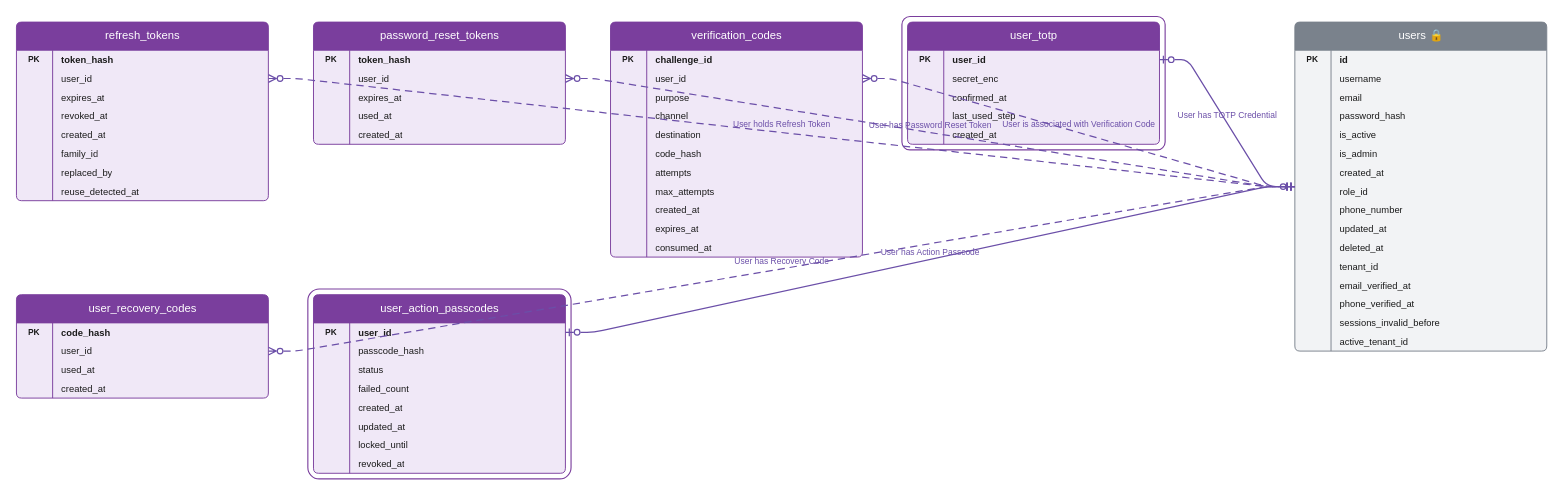
The draw.io diagram docs/02-data/db/erd_groups/PDM_B.drawio in VOYA-SignBridge/VOYA-Collector, before the edit. Source tidied: cells renumbered, new cells numbered last; positions are measured from the earlier drawing's top-left corner, leaving out a move shared by most shapes. Both pictures are drawn from the tidied source at 94%, with x=0, y=0 at pixel (16, 16).
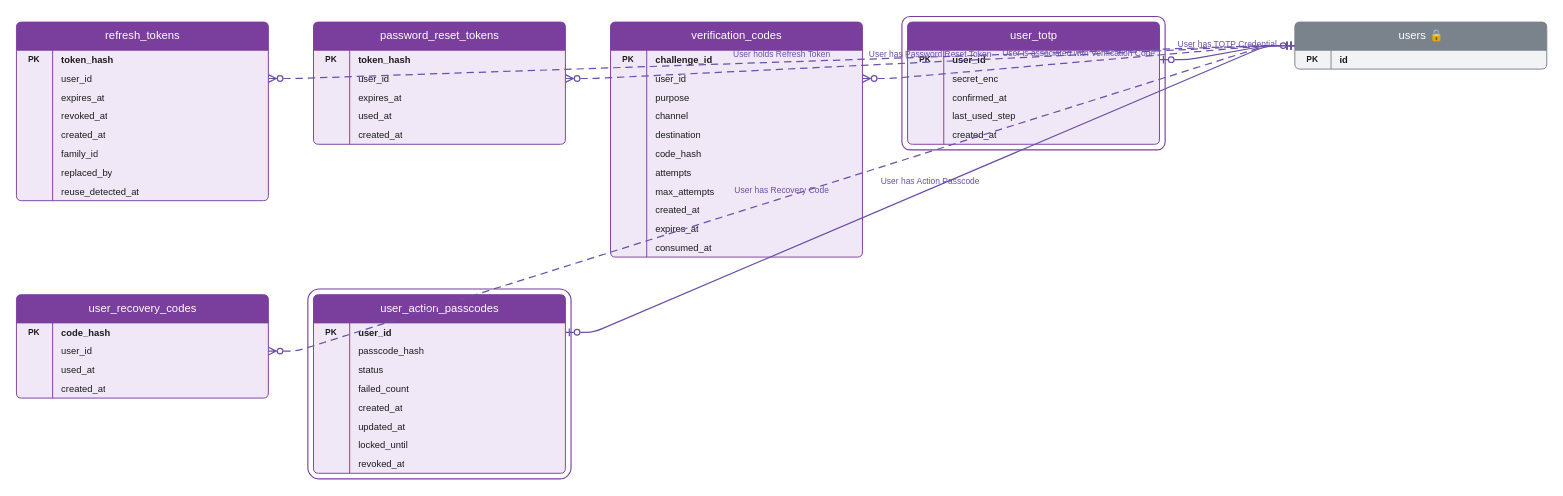
The same diagram, later.

What changed in the source:
```diff
@@
     <mxCell id="74" value="users 🔒" style="swimlane;fontStyle=0;horizontal=1;align=center;verticalAlign=middle;startSize=30;html=1;swimlaneFillColor=#F2F3F5;strokeColor=#7A828C;fillColor=#7A828C;fontColor=#FFFFFF;fontSize=12;rounded=1;arcSize=6;" parent="1" vertex="1">
-      <mxGeometry x="1360" y="6" width="268" height="350" as="geometry" />
+      <mxGeometry x="1360" y="6" width="268" height="50" as="geometry" />
     </mxCell>
     <mxCell id="75" style="line;direction=north;strokeColor=#7A828C;strokeWidth=1;html=1;" parent="1" vertex="1">
-      <mxGeometry x="1398" y="36" width="1" height="320" as="geometry" />
+      <mxGeometry x="1398" y="36" width="1" height="20" as="geometry" />
     </mxCell>
@@
-    <mxCell id="78" style="text;strokeColor=none;fillColor=none;align=center;verticalAlign=middle;overflow=hidden;html=1;fontSize=9;fontStyle=1;fontColor=#1A1A1A;" parent="74" vertex="1">
-      <mxGeometry y="50" width="38" height="20" as="geometry" />
-    </mxCell>
-    <mxCell id="79" value="username" style="text;strokeColor=none;fillColor=none;align=left;verticalAlign=middle;spacingLeft=8;spacingRight=6;overflow=hidden;whiteSpace=wrap;html=1;fontSize=10;fontColor=#1A1A1A;" parent="74" vertex="1">
-      <mxGeometry x="38" y="50" width="230" height="20" as="geometry" />
-    </mxCell>
-    <mxCell id="80" style="text;strokeColor=none;fillColor=none;align=center;verticalAlign=middle;overflow=hidden;html=1;fontSize=9;fontStyle=1;fontColor=#1A1A1A;" parent="74" vertex="1">
-      <mxGeometry y="70" width="38" height="20" as="geometry" />
-    </mxCell>
-    <mxCell id="81" value="email" style="text;strokeColor=none;fillColor=none;align=left;verticalAlign=middle;spacingLeft=8;spacingRight=6;overflow=hidden;whiteSpace=wrap;html=1;fontSize=10;fontColor=#1A1A1A;" parent="74" vertex="1">
-      <mxGeometry x="38" y="70" width="230" height="20" as="geometry" />
-    </mxCell>
-    <mxCell id="82" style="text;strokeColor=none;fillColor=none;align=center;verticalAlign=middle;overflow=hidden;html=1;fontSize=9;fontStyle=1;fontColor=#1A1A1A;" parent="74" vertex="1">
-      <mxGeometry y="90" width="38" height="20" as="geometry" />
-    </mxCell>
-    <mxCell id="83" value="password_hash" style="text;strokeColor=none;fillColor=none;align=left;verticalAlign=middle;spacingLeft=8;spacingRight=6;overflow=hidden;whiteSpace=wrap;html=1;fontSize=10;fontColor=#1A1A1A;" parent="74" vertex="1">
-      <mxGeometry x="38" y="90" width="230" height="20" as="geometry" />
-    </mxCell>
-    <mxCell id="84" style="text;strokeColor=none;fillColor=none;align=center;verticalAlign=middle;overflow=hidden;html=1;fontSize=9;fontStyle=1;fontColor=#1A1A1A;" parent="74" vertex="1">
-      <mxGeometry y="110" width="38" height="20" as="geometry" />
-    </mxCell>
-    <mxCell id="85" value="is_active" style="text;strokeColor=none;fillColor=none;align=left;verticalAlign=middle;spacingLeft=8;spacingRight=6;overflow=hidden;whiteSpace=wrap;html=1;fontSize=10;fontColor=#1A1A1A;" parent="74" vertex="1">
-      <mxGeometry x="38" y="110" width="230" height="20" as="geometry" />
-    </mxCell>
-    <mxCell id="86" style="text;strokeColor=none;fillColor=none;align=center;verticalAlign=middle;overflow=hidden;html=1;fontSize=9;fontStyle=1;fontColor=#1A1A1A;" parent="74" vertex="1">
-      <mxGeometry y="130" width="38" height="20" as="geometry" />
-    </mxCell>
-    <mxCell id="87" value="is_admin" style="text;strokeColor=none;fillColor=none;align=left;verticalAlign=middle;spacingLeft=8;spacingRight=6;overflow=hidden;whiteSpace=wrap;html=1;fontSize=10;fontColor=#1A1A1A;" parent="74" vertex="1">
-      <mxGeometry x="38" y="130" width="230" height="20" as="geometry" />
-    </mxCell>
-    <mxCell id="88" style="text;strokeColor=none;fillColor=none;align=center;verticalAlign=middle;overflow=hidden;html=1;fontSize=9;fontStyle=1;fontColor=#1A1A1A;" parent="74" vertex="1">
-      <mxGeometry y="150" width="38" height="20" as="geometry" />
-    </mxCell>
-    <mxCell id="89" value="created_at" style="text;strokeColor=none;fillColor=none;align=left;verticalAlign=middle;spacingLeft=8;spacingRight=6;overflow=hidden;whiteSpace=wrap;html=1;fontSize=10;fontColor=#1A1A1A;" parent="74" vertex="1">
-      <mxGeometry x="38" y="150" width="230" height="20" as="geometry" />
-    </mxCell>
-    <mxCell id="90" style="text;strokeColor=none;fillColor=none;align=center;verticalAlign=middle;overflow=hidden;html=1;fontSize=9;fontStyle=1;fontColor=#1A1A1A;" parent="74" vertex="1">
-      <mxGeometry y="170" width="38" height="20" as="geometry" />
-    </mxCell>
-    <mxCell id="91" value="role_id" style="text;strokeColor=none;fillColor=none;align=left;verticalAlign=middle;spacingLeft=8;spacingRight=6;overflow=hidden;whiteSpace=wrap;html=1;fontSize=10;fontColor=#1A1A1A;" parent="74" vertex="1">
-      <mxGeometry x="38" y="170" width="230" height="20" as="geometry" />
-    </mxCell>
-    <mxCell id="92" style="text;strokeColor=none;fillColor=none;align=center;verticalAlign=middle;overflow=hidden;html=1;fontSize=9;fontStyle=1;fontColor=#1A1A1A;" parent="74" vertex="1">
-      <mxGeometry y="190" width="38" height="20" as="geometry" />
-    </mxCell>
-    <mxCell id="93" value="phone_number" style="text;strokeColor=none;fillColor=none;align=left;verticalAlign=middle;spacingLeft=8;spacingRight=6;overflow=hidden;whiteSpace=wrap;html=1;fontSize=10;fontColor=#1A1A1A;" parent="74" vertex="1">
-      <mxGeometry x="38" y="190" width="230" height="20" as="geometry" />
-    </mxCell>
-    <mxCell id="94" style="text;strokeColor=none;fillColor=none;align=center;verticalAlign=middle;overflow=hidden;html=1;fontSize=9;fontStyle=1;fontColor=#1A1A1A;" parent="74" vertex="1">
-      <mxGeometry y="210" width="38" height="20" as="geometry" />
-    </mxCell>
-    <mxCell id="95" value="updated_at" style="text;strokeColor=none;fillColor=none;align=left;verticalAlign=middle;spacingLeft=8;spacingRight=6;overflow=hidden;whiteSpace=wrap;html=1;fontSize=10;fontColor=#1A1A1A;" parent="74" vertex="1">
-      <mxGeometry x="38" y="210" width="230" height="20" as="geometry" />
-    </mxCell>
-    <mxCell id="96" style="text;strokeColor=none;fillColor=none;align=center;verticalAlign=middle;overflow=hidden;html=1;fontSize=9;fontStyle=1;fontColor=#1A1A1A;" parent="74" vertex="1">
-      <mxGeometry y="230" width="38" height="20" as="geometry" />
-    </mxCell>
-    <mxCell id="97" value="deleted_at" style="text;strokeColor=none;fillColor=none;align=left;verticalAlign=middle;spacingLeft=8;spacingRight=6;overflow=hidden;whiteSpace=wrap;html=1;fontSize=10;fontColor=#1A1A1A;" parent="74" vertex="1">
-      <mxGeometry x="38" y="230" width="230" height="20" as="geometry" />
-    </mxCell>
-    <mxCell id="98" style="text;strokeColor=none;fillColor=none;align=center;verticalAlign=middle;overflow=hidden;html=1;fontSize=9;fontStyle=1;fontColor=#1A1A1A;" parent="74" vertex="1">
-      <mxGeometry y="250" width="38" height="20" as="geometry" />
-    </mxCell>
-    <mxCell id="99" value="tenant_id" style="text;strokeColor=none;fillColor=none;align=left;verticalAlign=middle;spacingLeft=8;spacingRight=6;overflow=hidden;whiteSpace=wrap;html=1;fontSize=10;fontColor=#1A1A1A;" parent="74" vertex="1">
-      <mxGeometry x="38" y="250" width="230" height="20" as="geometry" />
-    </mxCell>
-    <mxCell id="100" style="text;strokeColor=none;fillColor=none;align=center;verticalAlign=middle;overflow=hidden;html=1;fontSize=9;fontStyle=1;fontColor=#1A1A1A;" parent="74" vertex="1">
-      <mxGeometry y="270" width="38" height="20" as="geometry" />
-    </mxCell>
-    <mxCell id="101" value="email_verified_at" style="text;strokeColor=none;fillColor=none;align=left;verticalAlign=middle;spacingLeft=8;spacingRight=6;overflow=hidden;whiteSpace=wrap;html=1;fontSize=10;fontColor=#1A1A1A;" parent="74" vertex="1">
-      <mxGeometry x="38" y="270" width="230" height="20" as="geometry" />
-    </mxCell>
-    <mxCell id="102" style="text;strokeColor=none;fillColor=none;align=center;verticalAlign=middle;overflow=hidden;html=1;fontSize=9;fontStyle=1;fontColor=#1A1A1A;" parent="74" vertex="1">
-      <mxGeometry y="290" width="38" height="20" as="geometry" />
-    </mxCell>
-    <mxCell id="103" value="phone_verified_at" style="text;strokeColor=none;fillColor=none;align=left;verticalAlign=middle;spacingLeft=8;spacingRight=6;overflow=hidden;whiteSpace=wrap;html=1;fontSize=10;fontColor=#1A1A1A;" parent="74" vertex="1">
-      <mxGeometry x="38" y="290" width="230" height="20" as="geometry" />
-    </mxCell>
-    <mxCell id="104" style="text;strokeColor=none;fillColor=none;align=center;verticalAlign=middle;overflow=hidden;html=1;fontSize=9;fontStyle=1;fontColor=#1A1A1A;" parent="74" vertex="1">
-      <mxGeometry y="310" width="38" height="20" as="geometry" />
-    </mxCell>
-    <mxCell id="105" value="sessions_invalid_before" style="text;strokeColor=none;fillColor=none;align=left;verticalAlign=middle;spacingLeft=8;spacingRight=6;overflow=hidden;whiteSpace=wrap;html=1;fontSize=10;fontColor=#1A1A1A;" parent="74" vertex="1">
-      <mxGeometry x="38" y="310" width="230" height="20" as="geometry" />
-    </mxCell>
-    <mxCell id="106" style="text;strokeColor=none;fillColor=none;align=center;verticalAlign=middle;overflow=hidden;html=1;fontSize=9;fontStyle=1;fontColor=#1A1A1A;" parent="74" vertex="1">
-      <mxGeometry y="330" width="38" height="20" as="geometry" />
-    </mxCell>
-    <mxCell id="107" value="active_tenant_id" style="text;strokeColor=none;fillColor=none;align=left;verticalAlign=middle;spacingLeft=8;spacingRight=6;overflow=hidden;whiteSpace=wrap;html=1;fontSize=10;fontColor=#1A1A1A;" parent="74" vertex="1">
-      <mxGeometry x="38" y="330" width="230" height="20" as="geometry" />
-    </mxCell>
```
